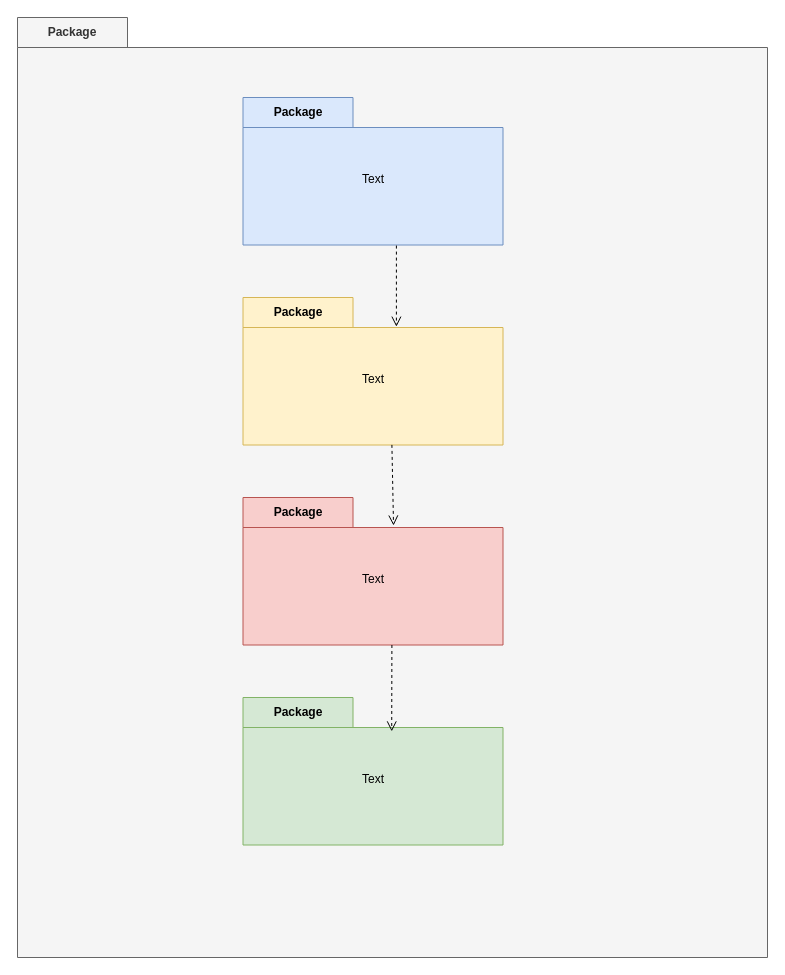
Above: diagrama_de_paquetes.drawio in Cdiagal/app-project (draw.io), before the change. Source tidied: cells renumbered, new cells numbered last; positions are measured from the earlier drawing's top-left corner, leaving out a move shared by most shapes. Both pictures are drawn from the tidied source at 100%, with x=0, y=0 at pixel (17, 17).
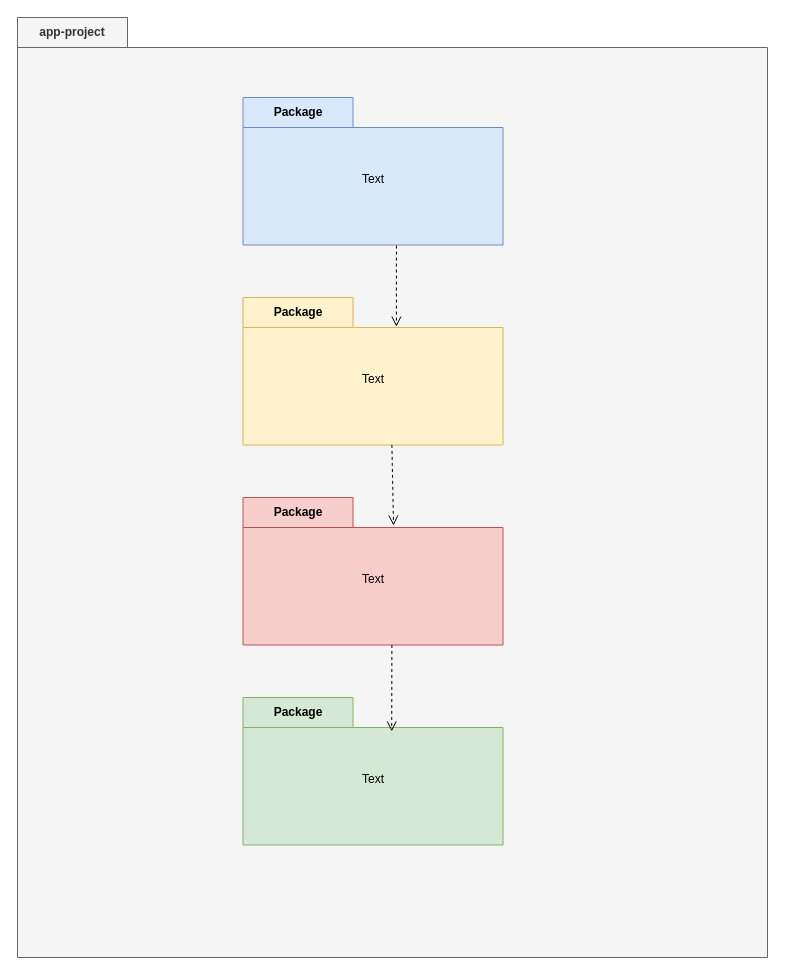
The same diagram, later.

Commit message:
Actualizar diagrama_de_paquetes

The edit, as a diff of the source:
```diff
@@
 <mxGraphModel>
   <root>
     <mxCell id="0" />
     <mxCell id="1" parent="0" />
-    <mxCell id="2" value="Package" style="shape=folder;fontStyle=1;tabWidth=110;tabHeight=30;tabPosition=left;html=1;boundedLbl=1;labelInHeader=1;whiteSpace=wrap;fillColor=#f5f5f5;fontColor=#333333;strokeColor=#666666;" parent="1" vertex="1">
+    <mxCell id="2" value="app-project" style="shape=folder;fontStyle=1;tabWidth=110;tabHeight=30;tabPosition=left;html=1;boundedLbl=1;labelInHeader=1;whiteSpace=wrap;fillColor=#f5f5f5;fontColor=#333333;strokeColor=#666666;" parent="1" vertex="1">
       <mxGeometry width="750" height="940" as="geometry" />
     </mxCell>
     <mxCell id="3" style="html=1;strokeColor=none;fillColor=none;whiteSpace=wrap;" parent="2" vertex="1">
       <mxGeometry width="750" height="658" relative="1" as="geometry">
         <mxPoint y="30" as="offset" />
       </mxGeometry>
     </mxCell>
     <mxCell id="4" value="Package" style="shape=folder;fontStyle=1;tabWidth=110;tabHeight=30;tabPosition=left;html=1;boundedLbl=1;labelInHeader=1;whiteSpace=wrap;fillColor=#dae8fc;strokeColor=#6c8ebf;" parent="2" vertex="1">
       <mxGeometry x="225.5" y="80" width="260" height="147.5" as="geometry" />
     </mxCell>
     <mxCell id="5" value="Text" style="html=1;strokeColor=none;fillColor=none;whiteSpace=wrap;" parent="4" vertex="1">
       <mxGeometry width="260" height="103.22" relative="1" as="geometry">
         <mxPoint y="30" as="offset" />
       </mxGeometry>
     </mxCell>
     <mxCell id="6" value="Package" style="shape=folder;fontStyle=1;tabWidth=110;tabHeight=30;tabPosition=left;html=1;boundedLbl=1;labelInHeader=1;whiteSpace=wrap;fillColor=#d5e8d4;strokeColor=#82b366;" parent="2" vertex="1">
       <mxGeometry x="225.5" y="680" width="260" height="147.5" as="geometry" />
     </mxCell>
     <mxCell id="7" value="Text" style="html=1;strokeColor=none;fillColor=none;whiteSpace=wrap;" parent="6" vertex="1">
       <mxGeometry width="260" height="103.22" relative="1" as="geometry">
         <mxPoint y="30" as="offset" />
       </mxGeometry>
     </mxCell>
     <mxCell id="8" value="Package" style="shape=folder;fontStyle=1;tabWidth=110;tabHeight=30;tabPosition=left;html=1;boundedLbl=1;labelInHeader=1;whiteSpace=wrap;fillColor=#f8cecc;strokeColor=#b85450;" parent="2" vertex="1">
       <mxGeometry x="225.5" y="480" width="260" height="147.5" as="geometry" />
     </mxCell>
     <mxCell id="9" value="Text" style="html=1;strokeColor=none;fillColor=none;whiteSpace=wrap;" parent="8" vertex="1">
       <mxGeometry width="260" height="103.22" relative="1" as="geometry">
         <mxPoint y="30" as="offset" />
       </mxGeometry>
     </mxCell>
     <mxCell id="10" value="Package" style="shape=folder;fontStyle=1;tabWidth=110;tabHeight=30;tabPosition=left;html=1;boundedLbl=1;labelInHeader=1;whiteSpace=wrap;fillColor=#fff2cc;strokeColor=#d6b656;" parent="2" vertex="1">
       <mxGeometry x="225.5" y="280" width="260" height="147.5" as="geometry" />
     </mxCell>
     <mxCell id="11" value="Text" style="html=1;strokeColor=none;fillColor=none;whiteSpace=wrap;" parent="10" vertex="1">
       <mxGeometry width="260" height="103.22" relative="1" as="geometry">
         <mxPoint y="30" as="offset" />
       </mxGeometry>
     </mxCell>
     <mxCell id="12" style="endArrow=open;startArrow=none;endFill=0;startFill=0;endSize=8;html=1;verticalAlign=bottom;dashed=1;labelBackgroundColor=none;rounded=0;exitX=0.59;exitY=1.004;exitDx=0;exitDy=0;exitPerimeter=0;entryX=0.59;entryY=0.198;entryDx=0;entryDy=0;entryPerimeter=0;" parent="2" edge="1" source="4" target="10">
       <mxGeometry relative="1" as="geometry" />
     </mxCell>
     <mxCell id="13" style="endArrow=open;startArrow=none;endFill=0;startFill=0;endSize=8;html=1;verticalAlign=bottom;dashed=1;labelBackgroundColor=none;rounded=0;exitX=0.59;exitY=1.004;exitDx=0;exitDy=0;exitPerimeter=0;entryX=0.572;entryY=0.23;entryDx=0;entryDy=0;entryPerimeter=0;" parent="2" edge="1" target="6">
       <mxGeometry relative="1" as="geometry">
         <mxPoint x="374.4" y="627.5" as="sourcePoint" />
       </mxGeometry>
     </mxCell>
     <mxCell id="14" style="endArrow=open;startArrow=none;endFill=0;startFill=0;endSize=8;html=1;verticalAlign=bottom;dashed=1;labelBackgroundColor=none;rounded=0;exitX=0.59;exitY=1.004;exitDx=0;exitDy=0;exitPerimeter=0;entryX=0.579;entryY=0.19;entryDx=0;entryDy=0;entryPerimeter=0;" parent="2" edge="1" target="8">
       <mxGeometry relative="1" as="geometry">
         <mxPoint x="374.4" y="427.4" as="sourcePoint" />
       </mxGeometry>
     </mxCell>
   </root>
 </mxGraphModel>
```
